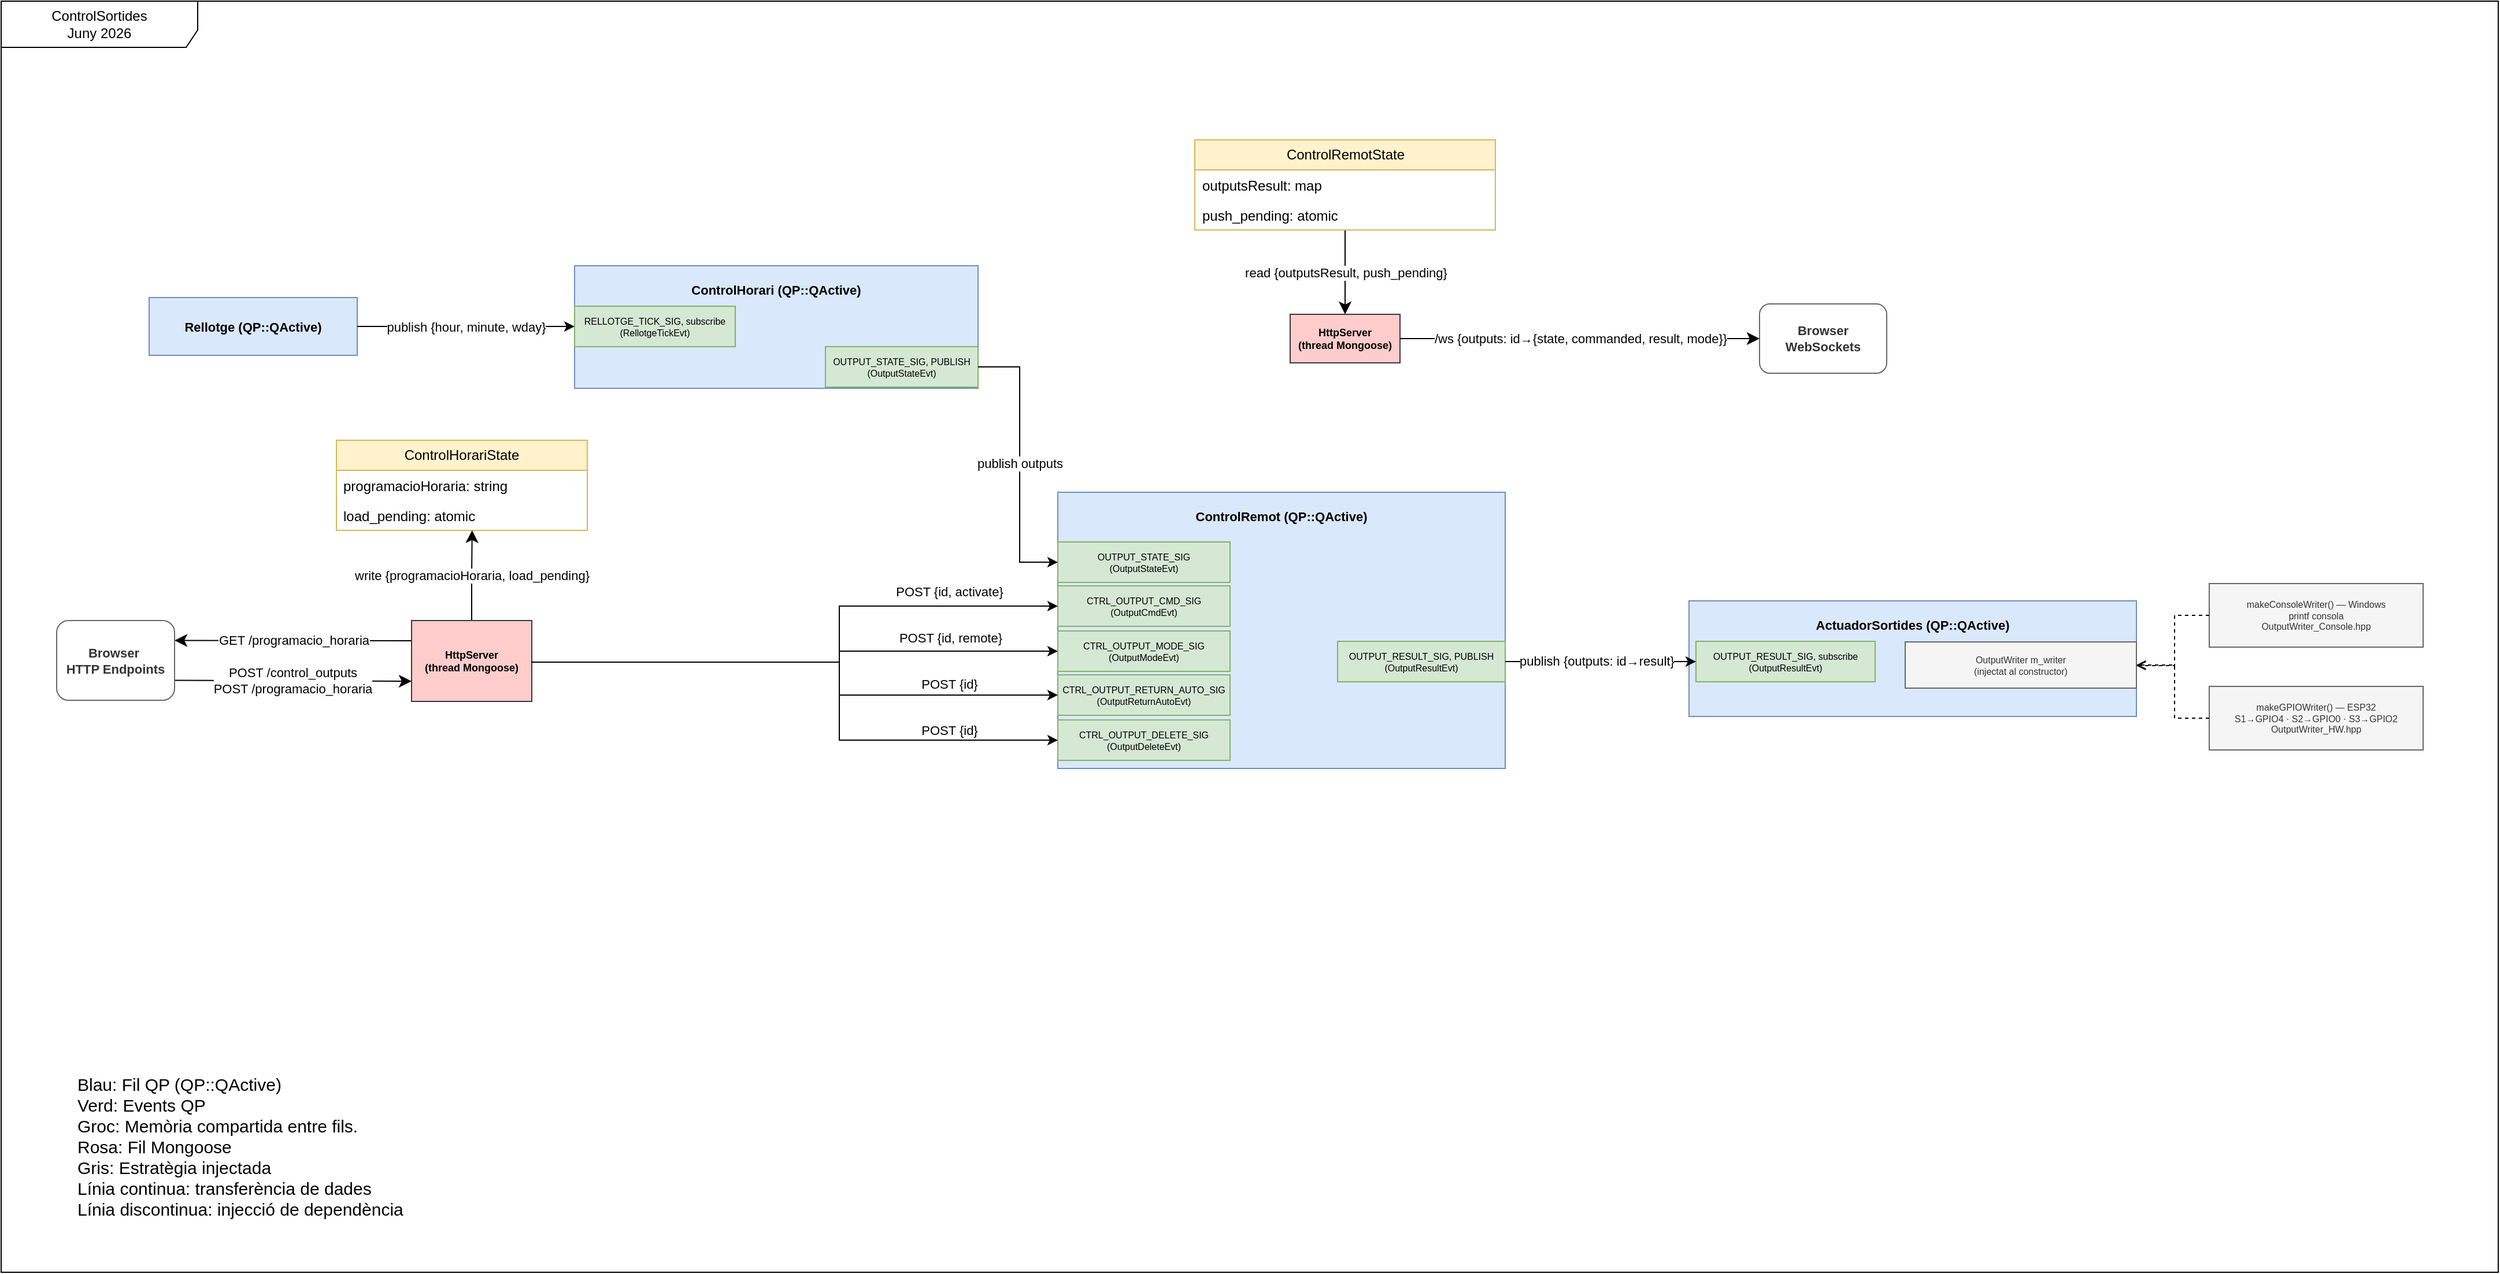
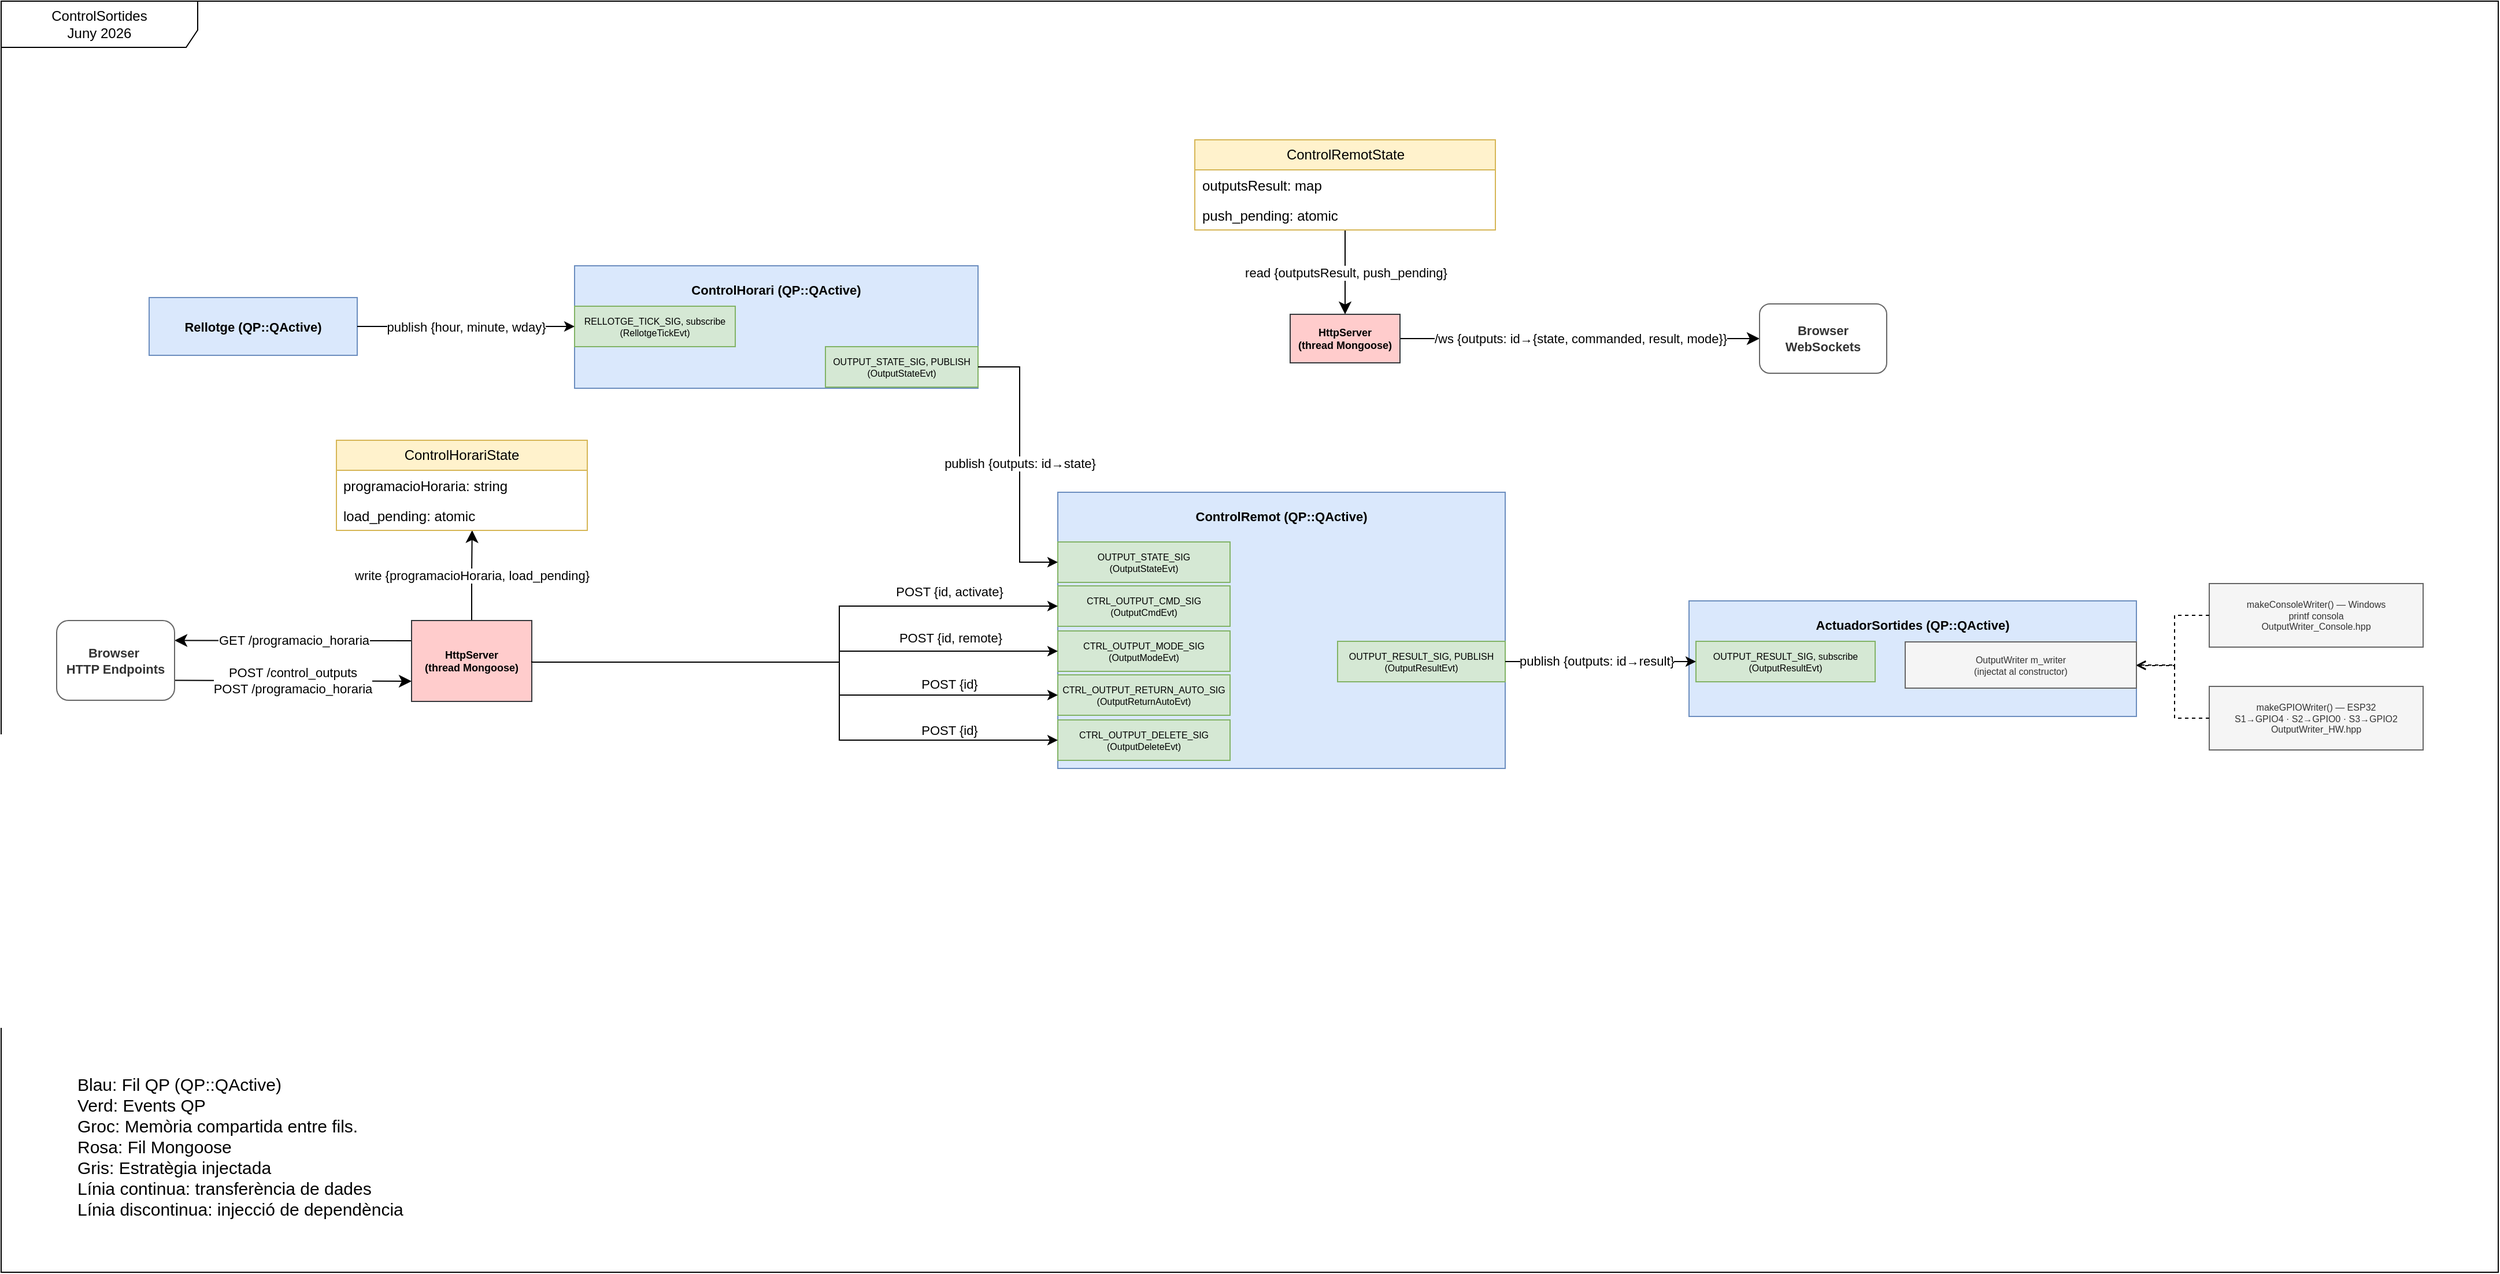
<mxfile host="Electron" agent="Mozilla/5.0 (Windows NT 10.0; Win64; x64) AppleWebKit/537.36 (KHTML, like Gecko) draw.io/28.2.8 Chrome/140.0.7339.240 Electron/38.4.0 Safari/537.36" version="28.2.8">
  <diagram name="ControlRemot" id="controlremot">
    <mxGraphModel dx="343" dy="221" grid="1" gridSize="10" guides="1" tooltips="1" connect="1" arrows="1" fold="1" page="1" pageScale="1" pageWidth="2336" pageHeight="1654" math="0" shadow="0">
      <root>
        <mxCell id="0" />
        <mxCell id="1" parent="0" />
        <mxCell id="hFHh7xch7r8VRYxtVC4N-1" value="&lt;span style=&quot;font-family: Helvetica; font-size: 11px;&quot;&gt;GET /programacio_horaria&lt;/span&gt;" style="edgeStyle=none;curved=1;rounded=0;orthogonalLoop=1;jettySize=auto;html=1;exitX=0;exitY=0.25;exitDx=0;exitDy=0;entryX=1;entryY=0.25;entryDx=0;entryDy=0;startSize=8;endSize=8;fontFamily=Helvetica;fontSize=11" parent="1" source="http" target="nPEGExYc4R3wSkc33mew-3" edge="1">
          <mxGeometry relative="1" as="geometry" />
        </mxCell>
        <mxCell id="hX1N1Huatbx-X40mZiJC-2" value="&lt;span style=&quot;color: rgb(0, 0, 0); font-family: Helvetica; font-size: 11px; font-style: normal; font-variant-ligatures: normal; font-variant-caps: normal; font-weight: 400; letter-spacing: normal; orphans: 2; text-align: center; text-indent: 0px; text-transform: none; widows: 2; word-spacing: 0px; -webkit-text-stroke-width: 0px; white-space: nowrap; background-color: rgb(255, 255, 255); text-decoration-thickness: initial; text-decoration-style: initial; text-decoration-color: initial; display: inline !important; float: none;&quot;&gt;write {programacioHoraria, load_pending}&lt;/span&gt;" style="edgeStyle=orthogonalEdgeStyle;rounded=0;orthogonalLoop=1;jettySize=auto;html=1;exitX=0.5;exitY=0;exitDx=0;exitDy=0;startSize=8;endSize=8;entryX=0.541;entryY=0.994;entryDx=0;entryDy=0;entryPerimeter=0;fontFamily=Helvetica;fontSize=11" parent="1" source="http" target="ch_reload_f2" edge="1">
          <mxGeometry relative="1" as="geometry" />
        </mxCell>
        <mxCell id="http" value="HttpServer&#xa;(thread Mongoose)" style="rounded=0;whiteSpace=wrap;html=1;fillColor=#ffcccc;strokeColor=#36393d;fontSize=9;fontStyle=1" parent="1" vertex="1">
          <mxGeometry x="435" y="806" width="104" height="70" as="geometry" />
        </mxCell>
        <mxCell id="nPEGExYc4R3wSkc33mew-6" value="/ws {outputs: id→{state, commanded, result, mode}}" style="edgeStyle=none;curved=1;rounded=0;orthogonalLoop=1;jettySize=auto;html=1;exitX=1;exitY=0.5;exitDx=0;exitDy=0;startSize=8;endSize=8;startArrow=none;startFill=0;fontFamily=Helvetica;fontSize=11" parent="1" source="ws" target="nPEGExYc4R3wSkc33mew-5" edge="1">
          <mxGeometry relative="1" as="geometry" />
        </mxCell>
        <mxCell id="ws" value="HttpServer&lt;br&gt;(thread Mongoose)" style="rounded=0;whiteSpace=wrap;html=1;fillColor=#ffcccc;strokeColor=#36393d;fontSize=9;fontStyle=1" parent="1" vertex="1">
          <mxGeometry x="1195" y="541" width="95" height="42" as="geometry" />
        </mxCell>
        <mxCell id="ch" value="ControlHorari (QP::QActive)" style="rounded=0;whiteSpace=wrap;html=1;fillColor=#dae8fc;strokeColor=#6c8ebf;fontSize=11;fontStyle=1;verticalAlign=top;spacingTop=8" parent="1" vertex="1">
          <mxGeometry x="576" y="499" width="349" height="106" as="geometry" />
        </mxCell>
        <mxCell id="ch_tick" value="RELLOTGE_TICK_SIG, subscribe&#xa;(RellotgeTickEvt)" style="rounded=0;whiteSpace=wrap;html=1;fillColor=#d5e8d4;strokeColor=#82b366;fontSize=8" parent="1" vertex="1">
          <mxGeometry x="576" y="534" width="139" height="35" as="geometry" />
        </mxCell>
        <mxCell id="ch_out_io" value="OUTPUT_STATE_SIG, PUBLISH&#xa;(OutputStateEvt)" style="rounded=0;whiteSpace=wrap;html=1;fillColor=#d5e8d4;strokeColor=#82b366;fontSize=8" parent="1" vertex="1">
          <mxGeometry x="793" y="569" width="132" height="35" as="geometry" />
        </mxCell>
        <mxCell id="rl" value="Rellotge (QP::QActive)" style="rounded=0;whiteSpace=wrap;html=1;fillColor=#dae8fc;strokeColor=#6c8ebf;fontSize=11;fontStyle=1;" parent="1" vertex="1">
          <mxGeometry x="208" y="526.5" width="180" height="50" as="geometry" />
        </mxCell>
        <mxCell id="cr" value="ControlRemot (QP::QActive)" style="rounded=0;whiteSpace=wrap;html=1;fillColor=#dae8fc;strokeColor=#6c8ebf;fontSize=11;fontStyle=1;verticalAlign=top;spacingTop=8" parent="1" vertex="1">
          <mxGeometry x="994" y="695" width="387" height="239" as="geometry" />
        </mxCell>
        <mxCell id="in_io" value="OUTPUT_STATE_SIG&#xa;(OutputStateEvt)" style="rounded=0;whiteSpace=wrap;html=1;fillColor=#d5e8d4;strokeColor=#82b366;fontSize=8" parent="1" vertex="1">
          <mxGeometry x="994" y="738" width="149" height="35" as="geometry" />
        </mxCell>
        <mxCell id="in_cmd" value="CTRL_OUTPUT_CMD_SIG&#xa;(OutputCmdEvt)" style="rounded=0;whiteSpace=wrap;html=1;fillColor=#d5e8d4;strokeColor=#82b366;fontSize=8" parent="1" vertex="1">
          <mxGeometry x="994" y="776" width="149" height="35" as="geometry" />
        </mxCell>
        <mxCell id="in_mode" value="CTRL_OUTPUT_MODE_SIG&#xa;(OutputModeEvt)" style="rounded=0;whiteSpace=wrap;html=1;fillColor=#d5e8d4;strokeColor=#82b366;fontSize=8" parent="1" vertex="1">
          <mxGeometry x="994" y="815" width="149" height="35" as="geometry" />
        </mxCell>
        <mxCell id="in_ret" value="CTRL_OUTPUT_RETURN_AUTO_SIG&#xa;(OutputReturnAutoEvt)" style="rounded=0;whiteSpace=wrap;html=1;fillColor=#d5e8d4;strokeColor=#82b366;fontSize=8" parent="1" vertex="1">
          <mxGeometry x="994" y="853" width="149" height="35" as="geometry" />
        </mxCell>
        <mxCell id="in_del" value="CTRL_OUTPUT_DELETE_SIG&#xa;(OutputDeleteEvt)" style="rounded=0;whiteSpace=wrap;html=1;fillColor=#d5e8d4;strokeColor=#82b366;fontSize=8" parent="1" vertex="1">
          <mxGeometry x="994" y="892" width="149" height="35" as="geometry" />
        </mxCell>
        <mxCell id="out_pub" value="OUTPUT_RESULT_SIG, PUBLISH&#xa;(OutputResultEvt)" style="rounded=0;whiteSpace=wrap;html=1;fillColor=#d5e8d4;strokeColor=#82b366;fontSize=8" parent="1" vertex="1">
          <mxGeometry x="1236" y="824" width="145" height="35" as="geometry" />
        </mxCell>
        <mxCell id="hX1N1Huatbx-X40mZiJC-3" value="&lt;span style=&quot;font-size: 11px;&quot;&gt;read {outputsResult, push_pending}&lt;/span&gt;" style="edgeStyle=orthogonalEdgeStyle;rounded=0;orthogonalLoop=1;jettySize=auto;html=1;entryX=0.5;entryY=0;entryDx=0;entryDy=0;startSize=8;endSize=8;fontFamily=Helvetica;fontSize=11" parent="1" source="out_ss" target="ws" edge="1">
          <mxGeometry relative="1" as="geometry" />
        </mxCell>
        <mxCell id="e1" value="POST {id, activate}" style="edgeStyle=orthogonalEdgeStyle;rounded=0;html=1;exitX=1;exitY=0.5;entryX=0;entryY=0.5;fontFamily=Helvetica;fontSize=11" parent="1" source="http" target="in_cmd" edge="1">
          <mxGeometry x="0.6274" y="14" relative="1" as="geometry">
            <Array as="points">
              <mxPoint x="805" y="842" />
              <mxPoint x="805" y="794" />
            </Array>
            <mxPoint y="1" as="offset" />
          </mxGeometry>
        </mxCell>
        <mxCell id="e2" value="POST {id, remote}" style="edgeStyle=orthogonalEdgeStyle;rounded=0;html=1;exitX=1;exitY=0.5;entryX=0;entryY=0.5;fontFamily=Helvetica;fontSize=11" parent="1" source="http" target="in_mode" edge="1">
          <mxGeometry x="0.5961" y="13" relative="1" as="geometry">
            <Array as="points">
              <mxPoint x="805" y="842" />
              <mxPoint x="805" y="832" />
            </Array>
            <mxPoint x="1" y="1" as="offset" />
          </mxGeometry>
        </mxCell>
        <mxCell id="e3" value="POST {id}" style="edgeStyle=orthogonalEdgeStyle;rounded=0;html=1;exitX=1;exitY=0.5;entryX=0;entryY=0.5;fontFamily=Helvetica;fontSize=11" parent="1" source="http" target="in_ret" edge="1">
          <mxGeometry x="0.612" y="-29" relative="1" as="geometry">
            <Array as="points">
              <mxPoint x="539" y="842" />
              <mxPoint x="805" y="842" />
              <mxPoint x="805" y="871" />
            </Array>
            <mxPoint y="1" as="offset" />
          </mxGeometry>
        </mxCell>
        <mxCell id="e4" value="POST {id}" style="edgeStyle=orthogonalEdgeStyle;rounded=0;html=1;exitX=1;exitY=0.5;entryX=0;entryY=0.5;fontFamily=Helvetica;fontSize=11" parent="1" source="http" target="in_del" edge="1">
          <mxGeometry x="0.6409" y="50" relative="1" as="geometry">
            <Array as="points">
              <mxPoint x="539" y="842" />
              <mxPoint x="805" y="842" />
              <mxPoint x="805" y="909" />
            </Array>
            <mxPoint y="1" as="offset" />
          </mxGeometry>
        </mxCell>
-         <mxCell id="e7" value="publish outputs" style="edgeStyle=orthogonalEdgeStyle;rounded=0;html=1;exitX=1;exitY=0.5;entryX=0;entryY=0.5;entryDx=0;entryDy=0;fontFamily=Helvetica;fontSize=11" parent="1" source="ch_out_io" target="in_io" edge="1">
+         <mxCell id="e7" value="publish {outputs: id→state}" style="edgeStyle=orthogonalEdgeStyle;rounded=0;html=1;exitX=1;exitY=0.5;entryX=0;entryY=0.5;entryDx=0;entryDy=0;fontFamily=Helvetica;fontSize=11" parent="1" source="ch_out_io" target="in_io" edge="1">
          <mxGeometry relative="1" as="geometry">
            <Array as="points">
              <mxPoint x="961" y="587" />
              <mxPoint x="961" y="755" />
            </Array>
          </mxGeometry>
        </mxCell>
        <mxCell id="e10" value="publish {hour, minute, wday}" style="edgeStyle=orthogonalEdgeStyle;rounded=0;html=1;exitX=1;exitY=0.5;exitDx=0;exitDy=0;entryX=0;entryY=0.5;entryDx=0;entryDy=0;fontFamily=Helvetica;fontSize=11" parent="1" source="rl" target="ch_tick" edge="1">
          <mxGeometry relative="1" as="geometry" />
        </mxCell>
        <mxCell id="hFHh7xch7r8VRYxtVC4N-2" value="&lt;span style=&quot;font-size: 11px;&quot;&gt;POST /control_outputs&lt;br&gt;POST /programacio_horaria&lt;/span&gt;" style="edgeStyle=none;curved=1;rounded=0;orthogonalLoop=1;jettySize=auto;html=1;exitX=1;exitY=0.75;exitDx=0;exitDy=0;entryX=0;entryY=0.75;entryDx=0;entryDy=0;startSize=8;endSize=8;fontFamily=Helvetica;fontSize=11" parent="1" source="nPEGExYc4R3wSkc33mew-3" target="http" edge="1">
          <mxGeometry relative="1" as="geometry" />
        </mxCell>
        <mxCell id="nPEGExYc4R3wSkc33mew-3" value="&lt;b&gt;Browser&amp;nbsp;&lt;/b&gt;&lt;div&gt;&lt;b&gt;HTTP Endpoints&lt;/b&gt;&lt;/div&gt;" style="rounded=1;whiteSpace=wrap;html=1;fillColor=#ffffff;strokeColor=#666666;fontColor=#333333;fontSize=11;" parent="1" vertex="1">
          <mxGeometry x="128" y="806" width="102" height="69" as="geometry" />
        </mxCell>
        <mxCell id="nPEGExYc4R3wSkc33mew-5" value="&lt;b&gt;Browser WebSockets&lt;/b&gt;" style="rounded=1;whiteSpace=wrap;html=1;fillColor=#ffffff;strokeColor=#666666;fontColor=#333333;fontSize=11;" parent="1" vertex="1">
          <mxGeometry x="1601" y="532" width="110" height="60" as="geometry" />
        </mxCell>
        <mxCell id="jaKRlGInz0ltfFADGkvu-5" value="ControlSortides&lt;div&gt;Juny 2026&lt;/div&gt;" style="shape=umlFrame;whiteSpace=wrap;html=1;pointerEvents=0;recursiveResize=0;container=1;collapsible=0;width=170;height=40;" parent="1" vertex="1">
          <mxGeometry x="80" y="270" width="2160" height="1100" as="geometry" />
        </mxCell>
        <mxCell id="IJb5zE0oGNF-HTFJebx6-1" value="&lt;div&gt;&lt;font style=&quot;font-size: 15px;&quot;&gt;Blau: Fil QP (QP::QActive)&lt;/font&gt;&lt;/div&gt;&lt;div&gt;&lt;font style=&quot;font-size: 15px;&quot;&gt;Verd: Events QP&lt;/font&gt;&lt;/div&gt;&lt;div&gt;&lt;font style=&quot;font-size: 15px;&quot;&gt;Groc: Memòria compartida entre fils.&lt;/font&gt;&lt;/div&gt;&lt;div&gt;&lt;font style=&quot;font-size: 15px;&quot;&gt;Rosa: Fil Mongoose&lt;/font&gt;&lt;/div&gt;&lt;div&gt;&lt;font style=&quot;font-size: 15px;&quot;&gt;Gris: Estratègia injectada&lt;/font&gt;&lt;/div&gt;&lt;div&gt;&lt;font style=&quot;font-size: 15px;&quot;&gt;Línia continua: transferència de dades&lt;/font&gt;&lt;/div&gt;&lt;div&gt;&lt;font style=&quot;font-size: 15px;&quot;&gt;Línia discontinua: injecció de dependència&lt;/font&gt;&lt;/div&gt;" style="text;strokeColor=none;fillColor=none;align=left;verticalAlign=middle;spacingLeft=4;spacingRight=4;overflow=hidden;whiteSpace=wrap;html=1;" parent="jaKRlGInz0ltfFADGkvu-5" vertex="1">
          <mxGeometry x="60" y="926" width="430" height="130" as="geometry" />
        </mxCell>
        <mxCell id="out_ss" value="ControlRemotState" style="swimlane;fontStyle=0;childLayout=stackLayout;horizontal=1;startSize=26;fillColor=#fff2cc;horizontalStack=0;resizeParent=1;resizeParentMax=0;resizeLast=0;collapsible=0;marginBottom=0;whiteSpace=wrap;html=1;strokeColor=#d6b656;" parent="jaKRlGInz0ltfFADGkvu-5" vertex="1">
          <mxGeometry x="1032.5" y="120" width="260" height="78" as="geometry" />
        </mxCell>
        <mxCell id="out_ss_f1" value="outputsResult: map&lt;int, OutputInfo&gt;" style="text;strokeColor=none;fillColor=none;align=left;verticalAlign=top;spacingLeft=4;spacingRight=4;overflow=hidden;rotatable=0;points=[[0,0.5],[1,0.5]];portConstraint=eastwest;whiteSpace=wrap;html=1;" parent="out_ss" vertex="1">
          <mxGeometry y="26" width="260" height="26" as="geometry" />
        </mxCell>
        <mxCell id="out_ss_f2" value="push_pending: atomic&lt;bool&gt;" style="text;strokeColor=none;fillColor=none;align=left;verticalAlign=top;spacingLeft=4;spacingRight=4;overflow=hidden;rotatable=0;points=[[0,0.5],[1,0.5]];portConstraint=eastwest;whiteSpace=wrap;html=1;" parent="out_ss" vertex="1">
          <mxGeometry y="52" width="260" height="26" as="geometry" />
        </mxCell>
        <mxCell id="ch_reload" value="ControlHorariState" style="swimlane;fontStyle=0;childLayout=stackLayout;horizontal=1;startSize=26;fillColor=#fff2cc;horizontalStack=0;resizeParent=1;resizeParentMax=0;resizeLast=0;collapsible=0;marginBottom=0;whiteSpace=wrap;html=1;strokeColor=#d6b656;" parent="jaKRlGInz0ltfFADGkvu-5" vertex="1">
          <mxGeometry x="290" y="380" width="217" height="78" as="geometry" />
        </mxCell>
        <mxCell id="ch_reload_f1" value="programacioHoraria: string" style="text;strokeColor=none;fillColor=none;align=left;verticalAlign=top;spacingLeft=4;spacingRight=4;overflow=hidden;rotatable=0;points=[[0,0.5],[1,0.5]];portConstraint=eastwest;whiteSpace=wrap;html=1;" parent="ch_reload" vertex="1">
          <mxGeometry y="26" width="217" height="26" as="geometry" />
        </mxCell>
        <mxCell id="ch_reload_f2" value="load_pending: atomic&lt;bool&gt;" style="text;strokeColor=none;fillColor=none;align=left;verticalAlign=top;spacingLeft=4;spacingRight=4;overflow=hidden;rotatable=0;points=[[0,0.5],[1,0.5]];portConstraint=eastwest;whiteSpace=wrap;html=1;" parent="ch_reload" vertex="1">
          <mxGeometry y="52" width="217" height="26" as="geometry" />
        </mxCell>
        <mxCell id="as" value="ActuadorSortides (QP::QActive)" style="rounded=0;whiteSpace=wrap;html=1;fillColor=#dae8fc;strokeColor=#6c8ebf;fontSize=11;fontStyle=1;verticalAlign=top;spacingTop=8" parent="1" vertex="1">
          <mxGeometry x="1540" y="789" width="387" height="100" as="geometry" />
        </mxCell>
        <mxCell id="as_in" value="OUTPUT_RESULT_SIG, subscribe&#xa;(OutputResultEvt)" style="rounded=0;whiteSpace=wrap;html=1;fillColor=#d5e8d4;strokeColor=#82b366;fontSize=8" parent="1" vertex="1">
          <mxGeometry x="1546" y="824" width="155" height="35" as="geometry" />
        </mxCell>
        <mxCell id="as_gpio" value="OutputWriter m_writer&#xa;(injectat al constructor)" style="rounded=0;whiteSpace=wrap;html=1;fillColor=#f5f5f5;strokeColor=#666666;fontColor=#333333;fontSize=8" parent="1" vertex="1">
          <mxGeometry x="1727" y="824.5" width="200" height="40" as="geometry" />
        </mxCell>
        <mxCell id="e_as" value="publish {outputs: id→result}" style="edgeStyle=orthogonalEdgeStyle;rounded=0;html=1;exitX=1;exitY=0.5;exitDx=0;exitDy=0;entryX=0;entryY=0.5;entryDx=0;entryDy=0;fontFamily=Helvetica;fontSize=11" parent="1" source="out_pub" target="as_in" edge="1">
          <mxGeometry x="0.0115" y="1" relative="1" as="geometry">
            <Array as="points">
              <mxPoint x="1410" y="837" />
              <mxPoint x="1410" y="842" />
              <mxPoint x="1466" y="842" />
            </Array>
            <mxPoint as="offset" />
          </mxGeometry>
        </mxCell>
        <mxCell id="ow_hw" value="makeGPIOWriter() — ESP32&#xa;S1→GPIO4 · S2→GPIO0 · S3→GPIO2&#xa;OutputWriter_HW.hpp" style="rounded=0;whiteSpace=wrap;html=1;fillColor=#f5f5f5;strokeColor=#666666;fontColor=#333333;fontSize=8" parent="1" vertex="1">
          <mxGeometry x="1990" y="863" width="185" height="55" as="geometry" />
        </mxCell>
        <mxCell id="ow_console" value="makeConsoleWriter() — Windows&#xa;printf consola&#xa;OutputWriter_Console.hpp" style="rounded=0;whiteSpace=wrap;html=1;fillColor=#f5f5f5;strokeColor=#666666;fontColor=#333333;fontSize=8" parent="1" vertex="1">
          <mxGeometry x="1990" y="774" width="185" height="55" as="geometry" />
        </mxCell>
        <mxCell id="e_ow_hw" value="" style="edgeStyle=orthogonalEdgeStyle;rounded=0;html=1;exitX=0;exitY=0.5;exitDx=0;exitDy=0;entryX=1;entryY=0.5;entryDx=0;entryDy=0;dashed=1;endArrow=open;endFill=0;fontFamily=Helvetica;fontSize=11" parent="1" source="ow_hw" target="as_gpio" edge="1">
          <mxGeometry x="-0.1192" relative="1" as="geometry">
            <Array as="points">
              <mxPoint x="1960" y="890" />
              <mxPoint x="1960" y="844" />
            </Array>
            <mxPoint as="offset" />
          </mxGeometry>
        </mxCell>
        <mxCell id="e_ow_con" value="" style="edgeStyle=orthogonalEdgeStyle;rounded=0;html=1;entryX=1;entryY=0.5;entryDx=0;entryDy=0;dashed=1;endArrow=open;endFill=0;fontFamily=Helvetica;fontSize=11" parent="1" source="ow_console" target="as_gpio" edge="1">
          <mxGeometry relative="1" as="geometry">
            <Array as="points">
              <mxPoint x="1960" y="802" />
              <mxPoint x="1960" y="845" />
              <mxPoint x="1927" y="845" />
            </Array>
          </mxGeometry>
        </mxCell>
      </root>
    </mxGraphModel>
  </diagram>
</mxfile>
